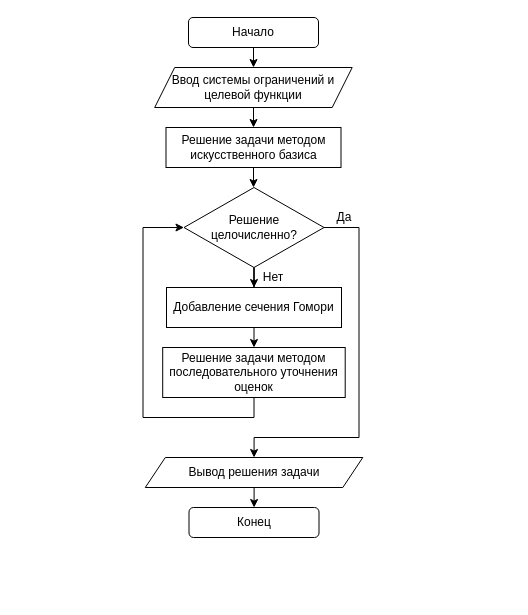
Earlier version of the draw.io diagram Lab8/Lab 8.drawio (StrangeIlia/OptimizationMethods). Source tidied: cells renumbered, new cells numbered last; positions are measured from the earlier drawing's top-left corner, leaving out a move shared by most shapes. Both pictures are drawn from the tidied source at 100%, with x=0, y=0 at pixel (142, 17).
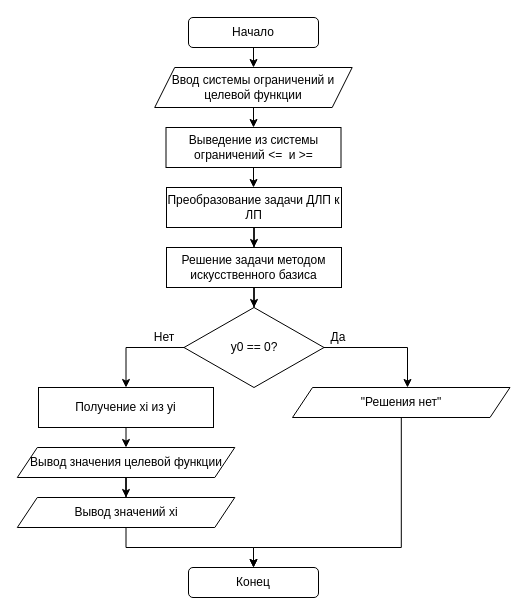
The same page after the edit.

Diff of the diagram source:
```diff
@@
     <mxCell id="4" value="Конец" style="rounded=1;whiteSpace=wrap;html=1;" parent="1" vertex="1">
-      <mxGeometry x="46.5" y="490" width="130" height="30" as="geometry" />
+      <mxGeometry x="46" y="550" width="130" height="30" as="geometry" />
     </mxCell>
@@
-    <mxCell id="7" style="edgeStyle=orthogonalEdgeStyle;rounded=0;jettySize=auto;html=1;" parent="1" edge="1" source="8" target="13">
+    <mxCell id="7" style="edgeStyle=orthogonalEdgeStyle;rounded=0;jettySize=auto;html=1;" parent="1" edge="1" source="8" target="22">
       <mxGeometry relative="1" as="geometry" />
     </mxCell>
-    <mxCell id="8" value="Решение задачи методом искусственного базиса" style="rounded=0;whiteSpace=wrap;html=1;" parent="1" vertex="1">
+    <mxCell id="8" value="Выведение из системы ограничений &amp;lt;=&amp;nbsp; и &amp;gt;=" style="rounded=0;whiteSpace=wrap;html=1;" parent="1" vertex="1">
       <mxGeometry x="23.5" y="110" width="175" height="40" as="geometry" />
     </mxCell>
     <mxCell id="9" style="edgeStyle=orthogonalEdgeStyle;rounded=0;jettySize=auto;html=1;" parent="1" edge="1" source="10" target="4">
-      <mxGeometry relative="1" as="geometry" />
+      <mxGeometry relative="1" as="geometry">
+        <Array as="points">
+          <mxPoint x="259" y="530" />
+          <mxPoint x="111" y="530" />
+        </Array>
+      </mxGeometry>
     </mxCell>
-    <mxCell id="10" value="Вывод решения задачи" style="shape=parallelogram;perimeter=parallelogramPerimeter;whiteSpace=wrap;html=1;fixedSize=1;" parent="1" vertex="1">
-      <mxGeometry x="2.8" y="440" width="217.5" height="30" as="geometry" />
+    <mxCell id="10" value="&quot;Решения нет&quot;" style="shape=parallelogram;perimeter=parallelogramPerimeter;whiteSpace=wrap;html=1;fixedSize=1;" parent="1" vertex="1">
+      <mxGeometry x="150" y="370" width="217.5" height="30" as="geometry" />
     </mxCell>
-    <mxCell id="11" style="edgeStyle=orthogonalEdgeStyle;rounded=0;jettySize=auto;html=1;entryX=0.5;entryY=0;entryDx=0;entryDy=0;" parent="1" edge="1" source="13" target="10">
+    <mxCell id="11" style="edgeStyle=orthogonalEdgeStyle;rounded=0;jettySize=auto;html=1;" parent="1" edge="1" source="13" target="10">
       <mxGeometry relative="1" as="geometry">
         <Array as="points">
-          <mxPoint x="216.5" y="210" />
-          <mxPoint x="216.5" y="420" />
-          <mxPoint x="111.5" y="420" />
+          <mxPoint x="265" y="330" />
         </Array>
       </mxGeometry>
     </mxCell>
-    <mxCell id="12" style="edgeStyle=orthogonalEdgeStyle;rounded=0;jettySize=auto;html=1;" parent="1" edge="1" source="13" target="16">
-      <mxGeometry relative="1" as="geometry" />
-    </mxCell>
+    <mxCell id="20" style="edgeStyle=orthogonalEdgeStyle;rounded=0;jettySize=auto;html=1;entryX=0.5;entryY=0;entryDx=0;entryDy=0;" parent="1" edge="1" source="13" target="26">
+      <mxGeometry relative="1" as="geometry">
+        <Array as="points">
+          <mxPoint x="-16" y="330" />
+        </Array>
+      </mxGeometry>
+    </mxCell>
-    <mxCell id="13" value="Решение целочисленно?" style="rhombus;whiteSpace=wrap;html=1;" parent="1" vertex="1">
-      <mxGeometry x="41.5" y="170" width="140" height="80" as="geometry" />
+    <mxCell id="13" value="y0 == 0?" style="rhombus;whiteSpace=wrap;html=1;" parent="1" vertex="1">
+      <mxGeometry x="41.5" y="290" width="140" height="80" as="geometry" />
     </mxCell>
     <mxCell id="14" value="Да" style="text;html=1;strokeColor=none;fillColor=none;align=center;verticalAlign=middle;whiteSpace=wrap;rounded=0;" parent="1" vertex="1">
-      <mxGeometry x="181.5" y="190" width="40" height="20" as="geometry" />
+      <mxGeometry x="176" y="310" width="40" height="20" as="geometry" />
     </mxCell>
-    <mxCell id="15" style="edgeStyle=orthogonalEdgeStyle;rounded=0;jettySize=auto;html=1;" parent="1" edge="1" source="16" target="18">
-      <mxGeometry relative="1" as="geometry" />
-    </mxCell>
-    <mxCell id="16" value="Добавление сечения Гомори" style="rounded=0;whiteSpace=wrap;html=1;" parent="1" vertex="1">
-      <mxGeometry x="24" y="270" width="175" height="40" as="geometry" />
-    </mxCell>
-    <mxCell id="17" style="edgeStyle=orthogonalEdgeStyle;rounded=0;jettySize=auto;html=1;entryX=0;entryY=0.5;entryDx=0;entryDy=0;" parent="1" edge="1" source="18" target="13">
-      <mxGeometry relative="1" as="geometry">
-        <Array as="points">
-          <mxPoint x="111.5" y="400" />
-          <mxPoint x="0.5" y="400" />
-          <mxPoint x="0.5" y="210" />
-        </Array>
-      </mxGeometry>
-    </mxCell>
-    <mxCell id="18" value="Решение задачи методом последовательного уточнения оценок" style="rounded=0;whiteSpace=wrap;html=1;" parent="1" vertex="1">
-      <mxGeometry x="20.2" y="330" width="182.5" height="50" as="geometry" />
-    </mxCell>
+    <mxCell id="21" style="edgeStyle=orthogonalEdgeStyle;rounded=0;jettySize=auto;html=1;" parent="1" edge="1" source="22" target="24">
+      <mxGeometry relative="1" as="geometry" />
+    </mxCell>
+    <mxCell id="22" value="Преобразование задачи ДЛП к ЛП" style="rounded=0;whiteSpace=wrap;html=1;" parent="1" vertex="1">
+      <mxGeometry x="24" y="170" width="175" height="40" as="geometry" />
+    </mxCell>
+    <mxCell id="23" style="edgeStyle=orthogonalEdgeStyle;rounded=0;jettySize=auto;html=1;" parent="1" edge="1" source="24" target="13">
+      <mxGeometry relative="1" as="geometry" />
+    </mxCell>
+    <mxCell id="24" value="Решение задачи методом искусственного базиса" style="rounded=0;whiteSpace=wrap;html=1;" parent="1" vertex="1">
+      <mxGeometry x="24" y="230" width="175" height="40" as="geometry" />
+    </mxCell>
+    <mxCell id="25" style="edgeStyle=orthogonalEdgeStyle;rounded=0;jettySize=auto;html=1;" parent="1" edge="1" source="26" target="28">
+      <mxGeometry relative="1" as="geometry" />
+    </mxCell>
+    <mxCell id="26" value="Получение xi из yi" style="rounded=0;whiteSpace=wrap;html=1;" parent="1" vertex="1">
+      <mxGeometry x="-104" y="370" width="175" height="40" as="geometry" />
+    </mxCell>
+    <mxCell id="27" style="edgeStyle=orthogonalEdgeStyle;rounded=0;jettySize=auto;html=1;" parent="1" edge="1" source="28" target="30">
+      <mxGeometry relative="1" as="geometry" />
+    </mxCell>
+    <mxCell id="28" value="Вывод значения целевой функции" style="shape=parallelogram;perimeter=parallelogramPerimeter;whiteSpace=wrap;html=1;fixedSize=1;" parent="1" vertex="1">
+      <mxGeometry x="-125.2" y="430" width="217.5" height="30" as="geometry" />
+    </mxCell>
+    <mxCell id="29" style="edgeStyle=orthogonalEdgeStyle;rounded=0;jettySize=auto;html=1;" parent="1" edge="1" source="30" target="4">
+      <mxGeometry relative="1" as="geometry" />
+    </mxCell>
+    <mxCell id="30" value="Вывод значений xi" style="shape=parallelogram;perimeter=parallelogramPerimeter;whiteSpace=wrap;html=1;fixedSize=1;" parent="1" vertex="1">
+      <mxGeometry x="-125.2" y="480" width="217.5" height="30" as="geometry" />
+    </mxCell>
     <mxCell id="19" value="Нет" style="text;html=1;strokeColor=none;fillColor=none;align=center;verticalAlign=middle;whiteSpace=wrap;rounded=0;" parent="1" vertex="1">
-      <mxGeometry x="110.5" y="250" width="40" height="20" as="geometry" />
+      <mxGeometry x="1.5" y="310" width="40" height="20" as="geometry" />
     </mxCell>
```
